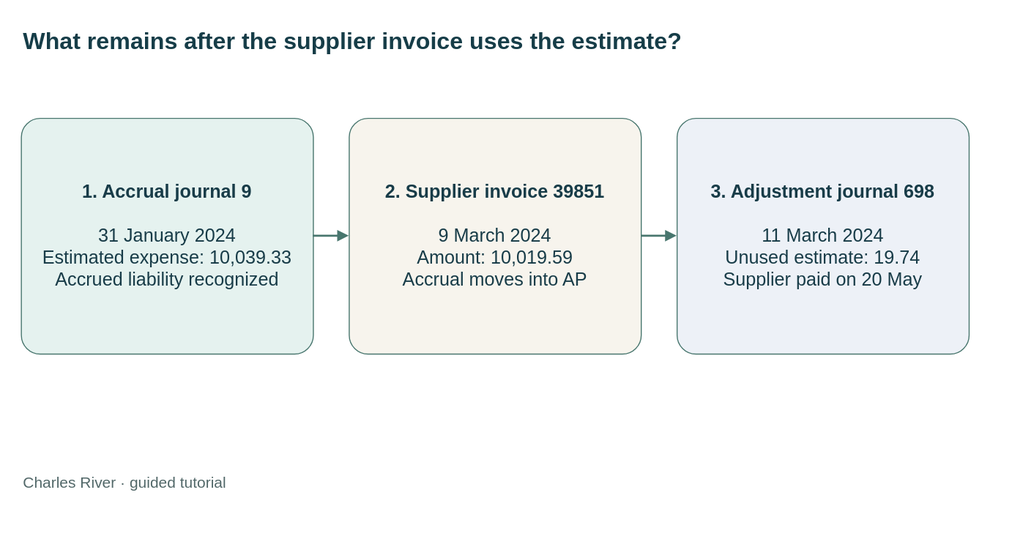
Before: static/diagrams/tutorials/follow-an-estimate-into-settlement.svg, a diagram exported from draw.io (mmcodesso/CharlesRiver_Database). Source tidied: cells renumbered, new cells last; positions are measured from the earlier drawing's top-left corner, leaving out a move shared by most shapes.
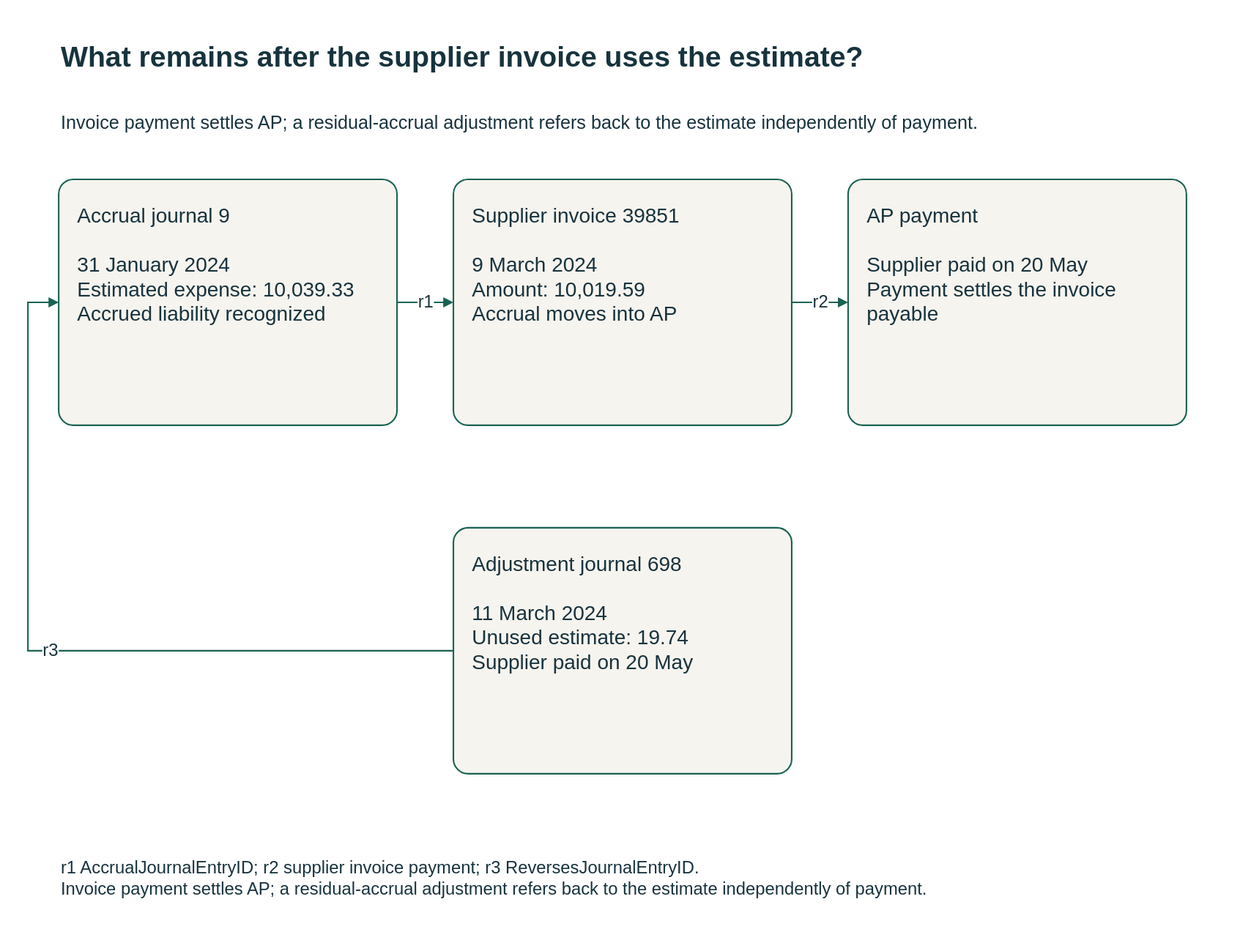
After the commit.

What changed in the source:
```diff
@@ -1,27 +1,42 @@
-<mxGraphModel>
+<mxGraphModel background="#FFFFFF">
   <root>
     <mxCell id="0" />
     <mxCell id="1" parent="0" />
-    <mxCell id="2" value="What remains after the supplier invoice uses the estimate?" style="text;html=0;whiteSpace=wrap;fontSize=23;fontStyle=1;fontColor=#163d48;align=left;" parent="1" vertex="1">
-      <mxGeometry width="920" height="60" as="geometry" />
+    <mxCell id="2" value="What remains after the supplier invoice uses the estimate?" style="html=0;fontFamily=Arial;fontSize=20;fontColor=#17333e;strokeColor=#196252;strokeWidth=1.5;whiteSpace=wrap;text;strokeColor=none;fillColor=none;align=left;verticalAlign=middle;fontSize=28;fontStyle=1;" parent="1" vertex="1">
+      <mxGeometry width="1110" height="70" as="geometry" />
     </mxCell>
+    <mxCell id="9" value="Invoice payment settles AP; a residual-accrual adjustment refers back to the estimate independently of payment." style="html=0;fontFamily=Arial;fontSize=20;fontColor=#17333e;strokeColor=#196252;strokeWidth=1.5;whiteSpace=wrap;text;strokeColor=none;fillColor=none;align=left;verticalAlign=middle;fontSize=18;fontStyle=0;" parent="1" vertex="1">
+      <mxGeometry y="72" width="1110" height="55" as="geometry" />
+    </mxCell>
-    <mxCell id="3" value="&lt;b&gt;1. Accrual journal 9&lt;/b&gt;&lt;br&gt;&lt;br&gt;31 January 2024&lt;br&gt;Estimated expense: 10,039.33&lt;br&gt;Accrued liability recognized" style="rounded=1;whiteSpace=wrap;html=1;fillColor=#e5f2ef;strokeColor=#48766e;fontColor=#183c48;fontSize=18;spacing=15;arcSize=8;" parent="1" vertex="1">
-      <mxGeometry y="95" width="285" height="230" as="geometry" />
+    <mxCell id="3" value="Accrual journal 9&#10;&#10;31 January 2024&#10;Estimated expense: 10,039.33&#10;Accrued liability recognized" style="html=0;fontFamily=Arial;fontSize=20;fontColor=#17333e;strokeColor=#196252;strokeWidth=1.5;whiteSpace=wrap;rounded=1;arcSize=6;fillColor=#f6f4ee;align=left;verticalAlign=top;spacing=18;" parent="1" vertex="1">
+      <mxGeometry y="155" width="330" height="240" as="geometry" />
     </mxCell>
-    <mxCell id="4" value="&lt;b&gt;2. Supplier invoice 39851&lt;/b&gt;&lt;br&gt;&lt;br&gt;9 March 2024&lt;br&gt;Amount: 10,019.59&lt;br&gt;Accrual moves into AP" style="rounded=1;whiteSpace=wrap;html=1;fillColor=#f7f4ed;strokeColor=#48766e;fontColor=#183c48;fontSize=18;spacing=15;arcSize=8;" parent="1" vertex="1">
-      <mxGeometry x="320" y="95" width="285" height="230" as="geometry" />
+    <mxCell id="4" value="Supplier invoice 39851&#10;&#10;9 March 2024&#10;Amount: 10,019.59&#10;Accrual moves into AP" style="html=0;fontFamily=Arial;fontSize=20;fontColor=#17333e;strokeColor=#196252;strokeWidth=1.5;whiteSpace=wrap;rounded=1;arcSize=6;fillColor=#f6f4ee;align=left;verticalAlign=top;spacing=18;" parent="1" vertex="1">
+      <mxGeometry x="385" y="155" width="330" height="240" as="geometry" />
     </mxCell>
-    <mxCell id="5" value="&lt;b&gt;3. Adjustment journal 698&lt;/b&gt;&lt;br&gt;&lt;br&gt;11 March 2024&lt;br&gt;Unused estimate: 19.74&lt;br&gt;Supplier paid on 20 May" style="rounded=1;whiteSpace=wrap;html=1;fillColor=#edf1f7;strokeColor=#48766e;fontColor=#183c48;fontSize=18;spacing=15;arcSize=8;" parent="1" vertex="1">
-      <mxGeometry x="640" y="95" width="285" height="230" as="geometry" />
+    <mxCell id="5" value="Adjustment journal 698&#10;&#10;11 March 2024&#10;Unused estimate: 19.74&#10;Supplier paid on 20 May" style="html=0;fontFamily=Arial;fontSize=20;fontColor=#17333e;strokeColor=#196252;strokeWidth=1.5;whiteSpace=wrap;rounded=1;arcSize=6;fillColor=#f6f4ee;align=left;verticalAlign=top;spacing=18;" parent="1" vertex="1">
+      <mxGeometry x="385" y="495" width="330" height="240" as="geometry" />
     </mxCell>
+    <mxCell id="10" value="AP payment&#10;&#10;Supplier paid on 20 May&#10;Payment settles the invoice payable" style="html=0;fontFamily=Arial;fontSize=20;fontColor=#17333e;strokeColor=#196252;strokeWidth=1.5;whiteSpace=wrap;rounded=1;arcSize=6;fillColor=#f6f4ee;align=left;verticalAlign=top;spacing=18;" parent="1" vertex="1">
+      <mxGeometry x="770" y="155" width="330" height="240" as="geometry" />
+    </mxCell>
-    <mxCell id="6" style="edgeStyle=orthogonalEdgeStyle;rounded=0;html=0;strokeColor=#48766e;strokeWidth=2;endArrow=block;endFill=1;exitX=1;exitY=0.5;entryX=0;entryY=0.5;" parent="1" edge="1" source="3" target="4">
+    <mxCell id="6" value="r1" style="html=0;fontFamily=Arial;fontSize=20;fontColor=#17333e;strokeColor=#196252;strokeWidth=1.5;whiteSpace=wrap;edgeStyle=orthogonalEdgeStyle;rounded=0;fillColor=none;fontSize=17;labelBackgroundColor=#FFFFFF;startArrow=none;endArrow=block;endFill=1;dashed=0;exitX=1;exitY=0.5;entryX=0;entryY=0.5;" parent="1" edge="1" source="3" target="4">
       <mxGeometry relative="1" as="geometry" />
     </mxCell>
-    <mxCell id="7" style="edgeStyle=orthogonalEdgeStyle;rounded=0;html=0;strokeColor=#48766e;strokeWidth=2;endArrow=block;endFill=1;exitX=1;exitY=0.5;entryX=0;entryY=0.5;" parent="1" edge="1" source="4" target="5">
-      <mxGeometry relative="1" as="geometry" />
-    </mxCell>
+    <mxCell id="11" value="r2" style="html=0;fontFamily=Arial;fontSize=20;fontColor=#17333e;strokeColor=#196252;strokeWidth=1.5;whiteSpace=wrap;edgeStyle=orthogonalEdgeStyle;rounded=0;fillColor=none;fontSize=17;labelBackgroundColor=#FFFFFF;startArrow=none;endArrow=block;endFill=1;dashed=0;exitX=1;exitY=0.5;entryX=0;entryY=0.5;" parent="1" edge="1" source="4" target="10">
+      <mxGeometry relative="1" as="geometry" />
+    </mxCell>
+    <mxCell id="12" value="r3" style="html=0;fontFamily=Arial;fontSize=20;fontColor=#17333e;strokeColor=#196252;strokeWidth=1.5;whiteSpace=wrap;edgeStyle=orthogonalEdgeStyle;rounded=0;fillColor=none;fontSize=17;labelBackgroundColor=#FFFFFF;startArrow=none;endArrow=block;endFill=1;dashed=0;exitX=0;exitY=0.5;entryX=0;entryY=0.5;" parent="1" edge="1" source="5" target="3">
+      <mxGeometry relative="1" as="geometry">
+        <Array as="points">
+          <mxPoint x="360" y="615" />
+          <mxPoint x="-30" y="615" />
+          <mxPoint x="-30" y="275" />
+        </Array>
+      </mxGeometry>
+    </mxCell>
-    <mxCell id="8" value="Charles River · guided tutorial" style="text;html=0;fontColor=#526869;fontSize=15;align=left;" parent="1" vertex="1">
-      <mxGeometry y="435" width="920" height="30" as="geometry" />
+    <mxCell id="8" value="r1 AccrualJournalEntryID; r2 supplier invoice payment; r3 ReversesJournalEntryID.&#10;Invoice payment settles AP; a residual-accrual adjustment refers back to the estimate independently of payment." style="html=0;fontFamily=Arial;fontSize=20;fontColor=#17333e;strokeColor=#196252;strokeWidth=1.5;whiteSpace=wrap;text;strokeColor=none;fillColor=none;align=left;verticalAlign=middle;fontSize=17;fontStyle=0;" parent="1" vertex="1">
+      <mxGeometry y="807" width="1110" height="60" as="geometry" />
     </mxCell>
   </root>
 </mxGraphModel>
```
